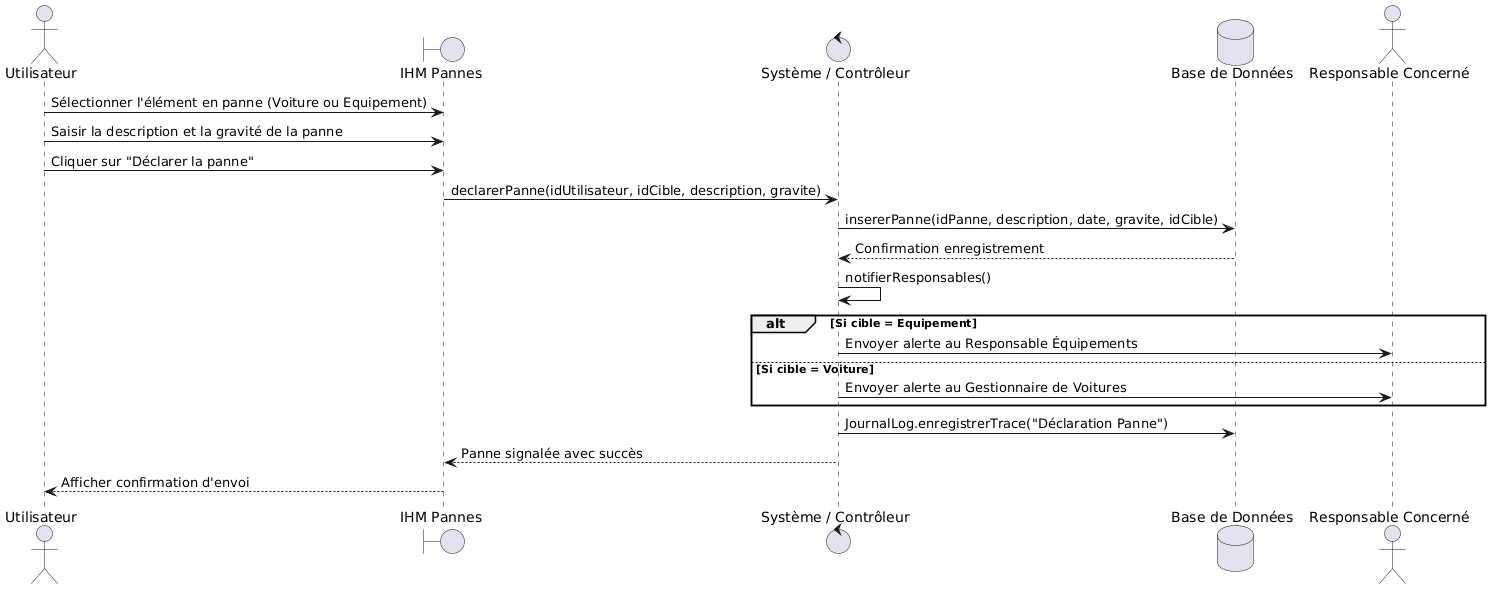
The PlantUML diagram assets/seq_alertes.png in HamdiMohamedAli/STEG-Immobilisation-Project, before a commit. The source it was exported from:
```plantuml
@startuml
actor Utilisateur
boundary "IHM Pannes" as IHM
control "Système / Contrôleur" as Sys
database "Base de Données" as BDD
actor "Responsable Concerné" as Resp

Utilisateur -> IHM: Sélectionner l'élément en panne (Voiture ou Equipement)
Utilisateur -> IHM: Saisir la description et la gravité de la panne
Utilisateur -> IHM: Cliquer sur "Déclarer la panne"
IHM -> Sys: declarerPanne(idUtilisateur, idCible, description, gravite)

Sys -> BDD: insererPanne(idPanne, description, date, gravite, idCible)
BDD --> Sys: Confirmation enregistrement
Sys -> Sys: notifierResponsables()

alt Si cible = Equipement
    Sys -> Resp: Envoyer alerte au Responsable Équipements
else Si cible = Voiture
    Sys -> Resp: Envoyer alerte au Gestionnaire de Voitures
end

Sys -> BDD: JournalLog.enregistrerTrace("Déclaration Panne")
Sys --> IHM: Panne signalée avec succès
IHM --> Utilisateur: Afficher confirmation d'envoi
@enduml
```
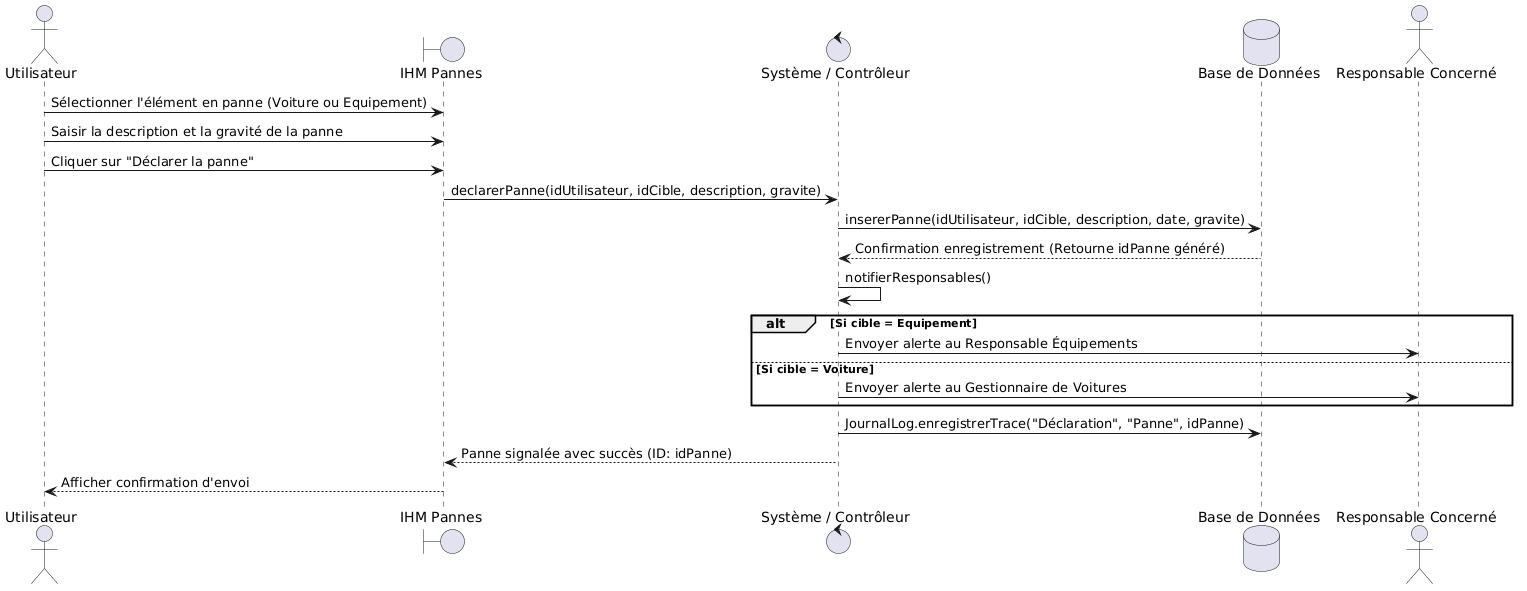
Later version of the same file.

What changed in the source:
```diff
@@ -10,8 +10,9 @@
 Utilisateur -> IHM: Cliquer sur "Déclarer la panne"
 IHM -> Sys: declarerPanne(idUtilisateur, idCible, description, gravite)
 
-Sys -> BDD: insererPanne(idPanne, description, date, gravite, idCible)
-BDD --> Sys: Confirmation enregistrement
+Sys -> BDD: insererPanne(idUtilisateur, idCible, description, date, gravite)
+BDD --> Sys: Confirmation enregistrement (Retourne idPanne généré)
+
 Sys -> Sys: notifierResponsables()
 
 alt Si cible = Equipement
@@ -20,7 +21,7 @@
     Sys -> Resp: Envoyer alerte au Gestionnaire de Voitures
 end
 
-Sys -> BDD: JournalLog.enregistrerTrace("Déclaration Panne")
-Sys --> IHM: Panne signalée avec succès
+Sys -> BDD: JournalLog.enregistrerTrace("Déclaration", "Panne", idPanne)
+Sys --> IHM: Panne signalée avec succès (ID: idPanne)
 IHM --> Utilisateur: Afficher confirmation d'envoi
 @enduml
```
